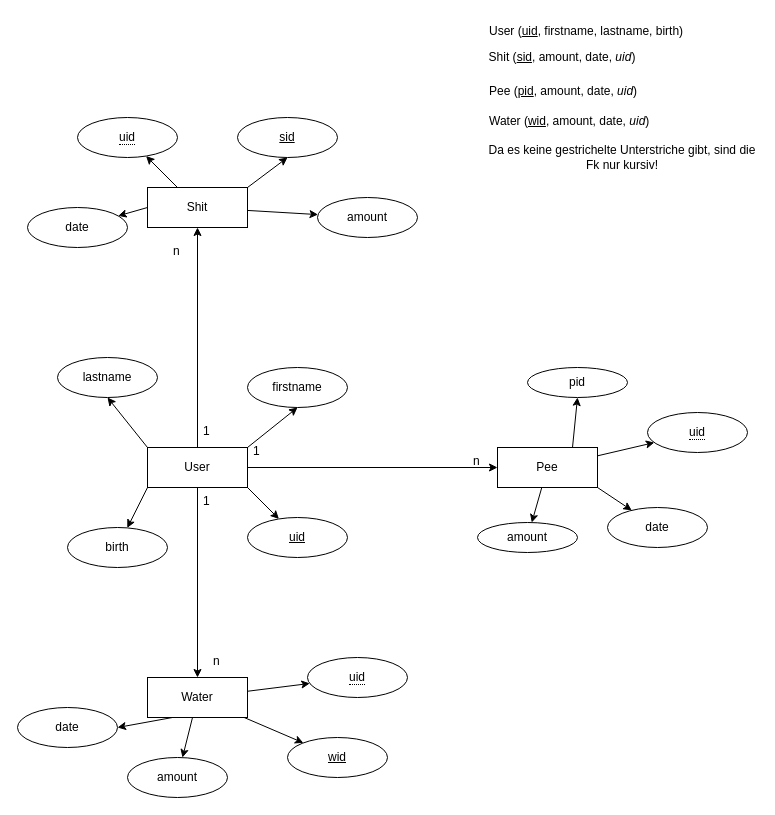
Earlier version of the draw.io diagram Diagramme/ER_LifestyleTracker.drawio (olisonsturm/LifestyleTracker). Source tidied: cells renumbered, new cells numbered last; positions are measured from the earlier drawing's top-left corner, leaving out a move shared by most shapes. Both pictures are drawn from the tidied source at 100%, with x=0, y=0 at pixel (17, 17).
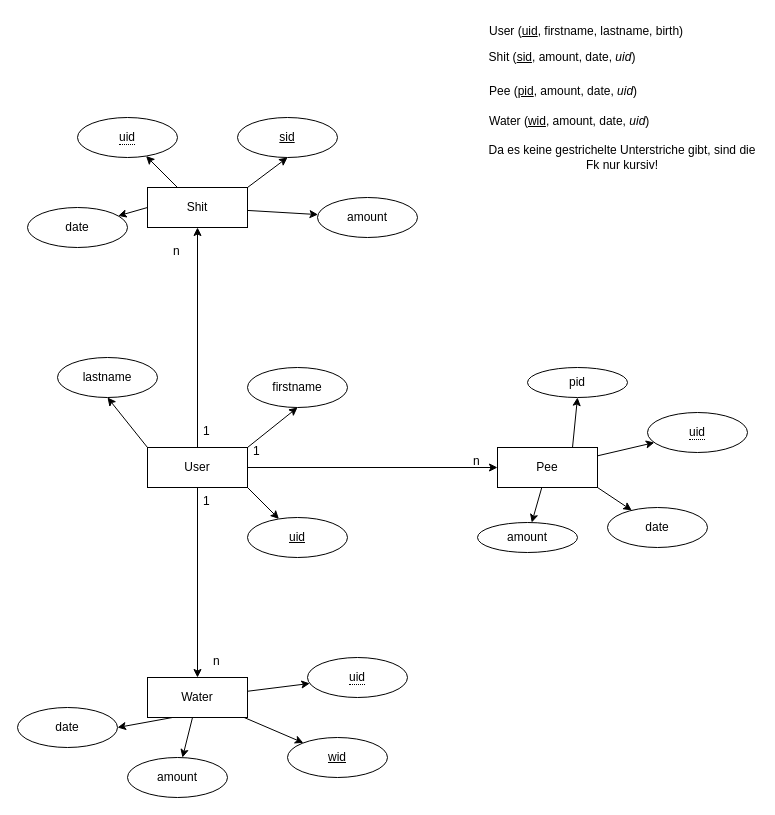
After the change.

Unchanged cells that the change refers to:
```xml
<mxCell id="9" value="User" style="whiteSpace=wrap;html=1;align=center;" parent="1" vertex="1">
  <mxGeometry x="130" y="430" width="100" height="40" as="geometry" />
</mxCell>
```

What changed in the source:
```diff
@@
-    <mxCell id="7" style="rounded=0;jettySize=auto;html=1;exitX=0;exitY=1;exitDx=0;exitDy=0;" parent="1" edge="1" source="9" target="41">
-      <mxGeometry relative="1" as="geometry" />
-    </mxCell>
@@
-    <mxCell id="41" value="birth" style="ellipse;whiteSpace=wrap;html=1;align=center;" parent="1" vertex="1">
-      <mxGeometry x="50" y="510" width="100" height="40" as="geometry" />
-    </mxCell>
```
